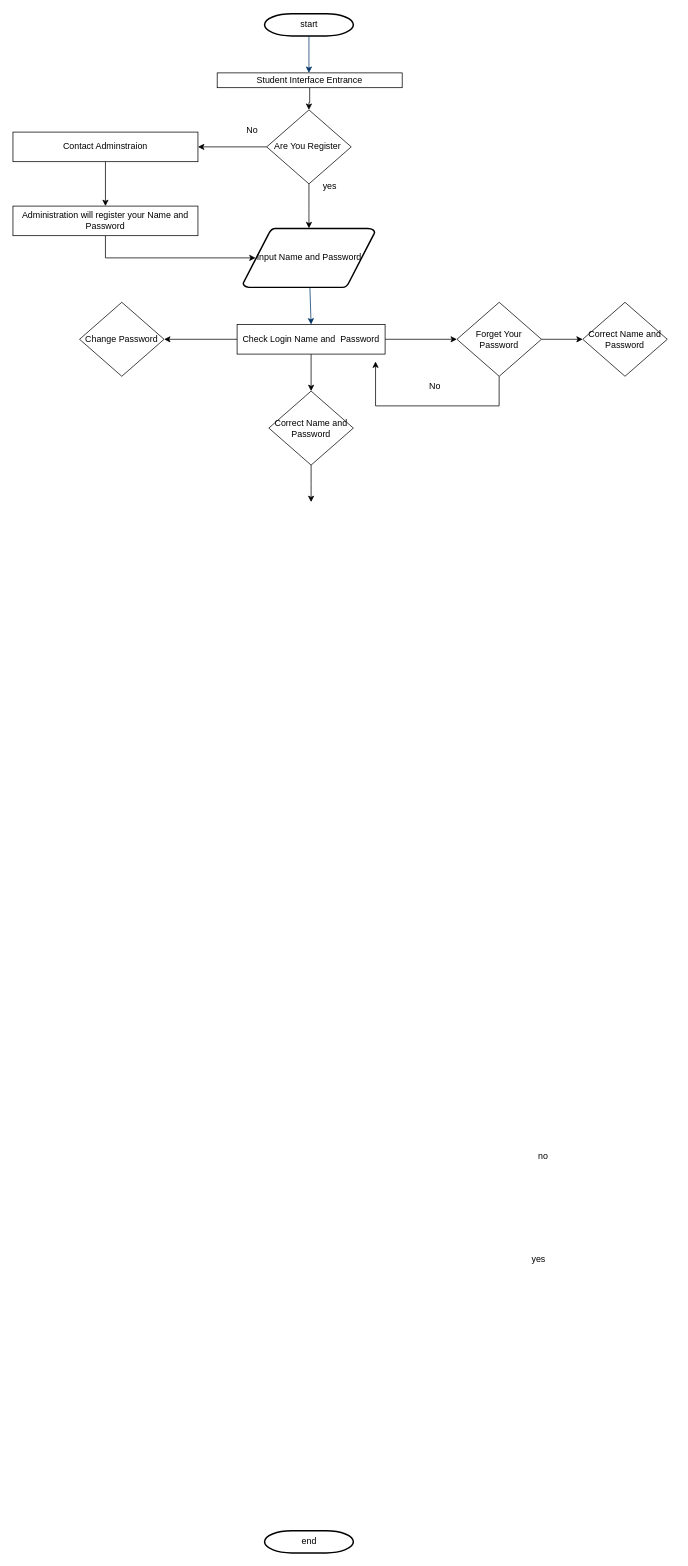
Abbsokhan/Abbasokhan keeps this draw.io diagram as Flowchart Diagram.drawio. Above is the earlier version. Source tidied: cells renumbered, new cells numbered last; positions are measured from the earlier drawing's top-left corner, leaving out a move shared by most shapes. Both pictures are drawn from the tidied source at 74%, with x=0, y=0 at pixel (13, 13).
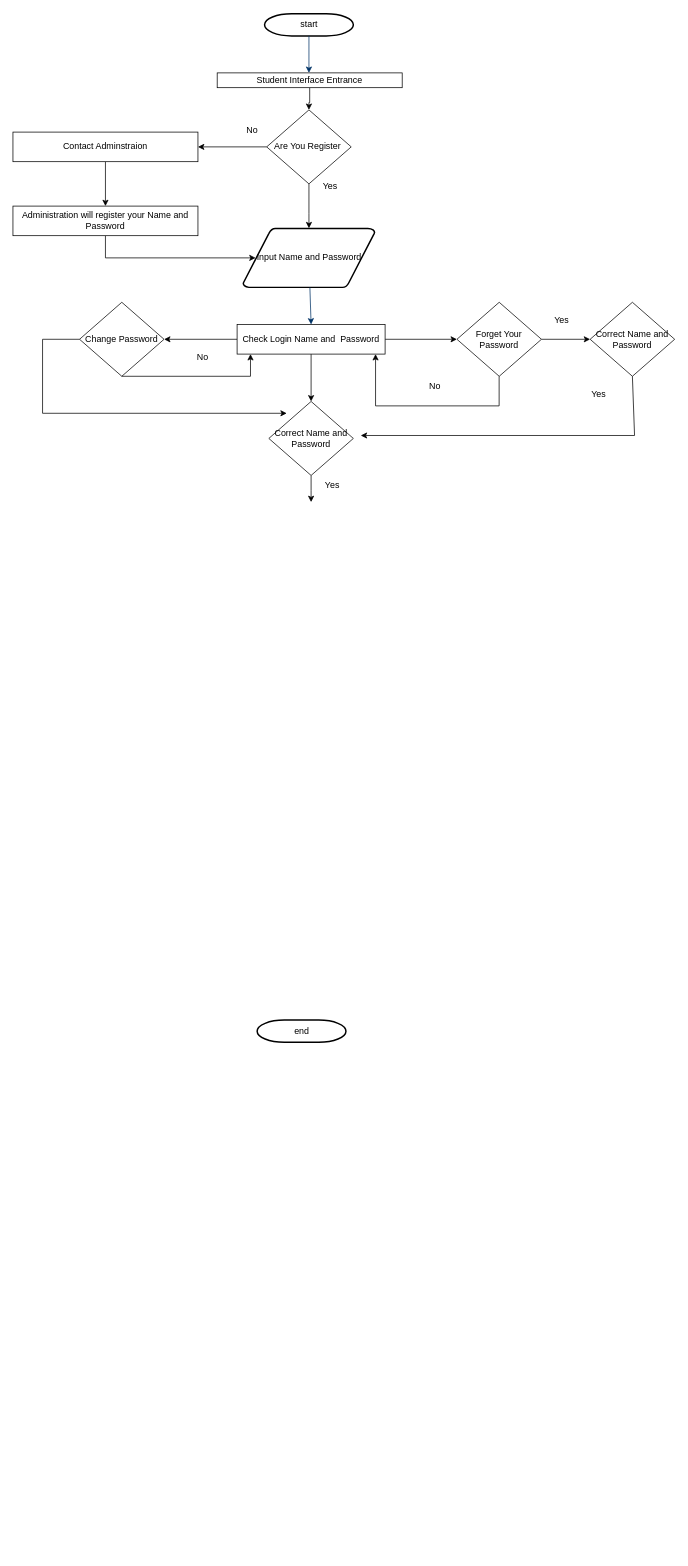
Above is the later version.

The change refers to these unchanged cells:
```xml
<mxCell id="26" value="Change Password" style="rhombus;whiteSpace=wrap;html=1;" parent="1" vertex="1">
  <mxGeometry x="90" y="390" width="114.2" height="100" as="geometry" />
</mxCell>
```

Diff of the diagram source:
```diff
@@
-    <mxCell id="6" value="yes" style="text;fontStyle=0;html=1;strokeColor=none;gradientColor=none;fillColor=none;strokeWidth=2;" parent="1" vertex="1">
+    <mxCell id="6" value="Yes" style="text;fontStyle=0;html=1;strokeColor=none;gradientColor=none;fillColor=none;strokeWidth=2;" parent="1" vertex="1">
       <mxGeometry x="417.1" y="220" width="40" height="26" as="geometry" />
     </mxCell>
@@
     <mxCell id="8" value="end" style="shape=mxgraph.flowchart.terminator;strokeWidth=2;gradientColor=none;gradientDirection=north;fontStyle=0;html=1;" parent="1" vertex="1">
-      <mxGeometry x="340" y="2050" width="120" height="30" as="geometry" />
+      <mxGeometry x="330" y="1360" width="120" height="30" as="geometry" />
     </mxCell>
-    <mxCell id="9" value="yes" style="text;fontStyle=0;html=1;strokeColor=none;gradientColor=none;fillColor=none;strokeWidth=2;align=center;" parent="1" vertex="1">
-      <mxGeometry x="690" y="1670" width="40" height="26" as="geometry" />
-    </mxCell>
-    <mxCell id="10" value="no" style="text;fontStyle=0;html=1;strokeColor=none;gradientColor=none;fillColor=none;strokeWidth=2;" parent="1" vertex="1">
-      <mxGeometry x="708" y="1530" width="40" height="26" as="geometry" />
-    </mxCell>
@@
     <mxCell id="15" value="Correct Name and Password" style="rhombus;whiteSpace=wrap;html=1;" parent="1" vertex="1">
-      <mxGeometry x="345.8" y="510" width="114.2" height="100" as="geometry" />
+      <mxGeometry x="345.8" y="524" width="114.2" height="100" as="geometry" />
     </mxCell>
@@
     <mxCell id="29" value="Correct Name and Password" style="rhombus;whiteSpace=wrap;html=1;" parent="1" vertex="1">
-      <mxGeometry x="770" y="390" width="114.2" height="100" as="geometry" />
+      <mxGeometry x="780" y="390" width="114.2" height="100" as="geometry" />
     </mxCell>
     <mxCell id="30" style="endArrow=classic;html=1;rounded=0;" parent="1" edge="1">
       <mxGeometry relative="1" as="geometry">
         <mxPoint x="657" y="490" as="sourcePoint" />
-        <mxPoint x="490" y="470" as="targetPoint" />
+        <mxPoint x="490" y="460" as="targetPoint" />
         <Array as="points">
           <mxPoint x="657" y="530" />
           <mxPoint x="490" y="530" />
         </Array>
       </mxGeometry>
     </mxCell>
@@
+    <mxCell id="32" value="Yes" style="text;fontStyle=0;html=1;strokeColor=none;gradientColor=none;fillColor=none;strokeWidth=2;" parent="1" vertex="1">
+      <mxGeometry x="730" y="400" width="32.9" height="26" as="geometry" />
+    </mxCell>
+    <mxCell id="33" value="Yes" style="text;fontStyle=0;html=1;strokeColor=none;gradientColor=none;fillColor=none;strokeWidth=2;" parent="1" vertex="1">
+      <mxGeometry x="780" y="500" width="40" height="26" as="geometry" />
+    </mxCell>
+    <mxCell id="34" style="endArrow=classic;html=1;rounded=0;exitX=0.5;exitY=1;exitDx=0;exitDy=0;" parent="1" edge="1" source="26">
+      <mxGeometry relative="1" as="geometry">
+        <mxPoint x="321" y="460" as="targetPoint" />
+        <Array as="points">
+          <mxPoint x="321" y="490" />
+        </Array>
+      </mxGeometry>
+    </mxCell>
+    <mxCell id="35" value="No" style="text;fontStyle=0;html=1;strokeColor=none;gradientColor=none;fillColor=none;strokeWidth=2;align=center;" parent="1" vertex="1">
+      <mxGeometry x="236" y="450" width="40" height="26" as="geometry" />
+    </mxCell>
+    <mxCell id="36" style="endArrow=classic;html=1;rounded=0;exitX=0;exitY=0.5;exitDx=0;exitDy=0;" parent="1" edge="1" source="26">
+      <mxGeometry relative="1" as="geometry">
+        <mxPoint x="370" y="540" as="targetPoint" />
+        <Array as="points">
+          <mxPoint x="40" y="440" />
+          <mxPoint x="40" y="540" />
+        </Array>
+      </mxGeometry>
+    </mxCell>
+    <mxCell id="37" style="endArrow=classic;html=1;rounded=0;exitX=0.5;exitY=1;exitDx=0;exitDy=0;" parent="1" edge="1" source="29">
+      <mxGeometry relative="1" as="geometry">
+        <mxPoint x="470" y="570" as="targetPoint" />
+        <Array as="points">
+          <mxPoint x="840" y="570" />
+        </Array>
+      </mxGeometry>
+    </mxCell>
+    <mxCell id="38" value="Yes" style="text;fontStyle=0;html=1;strokeColor=none;gradientColor=none;fillColor=none;strokeWidth=2;" parent="1" vertex="1">
+      <mxGeometry x="420" y="624" width="40" height="26" as="geometry" />
+    </mxCell>
```
